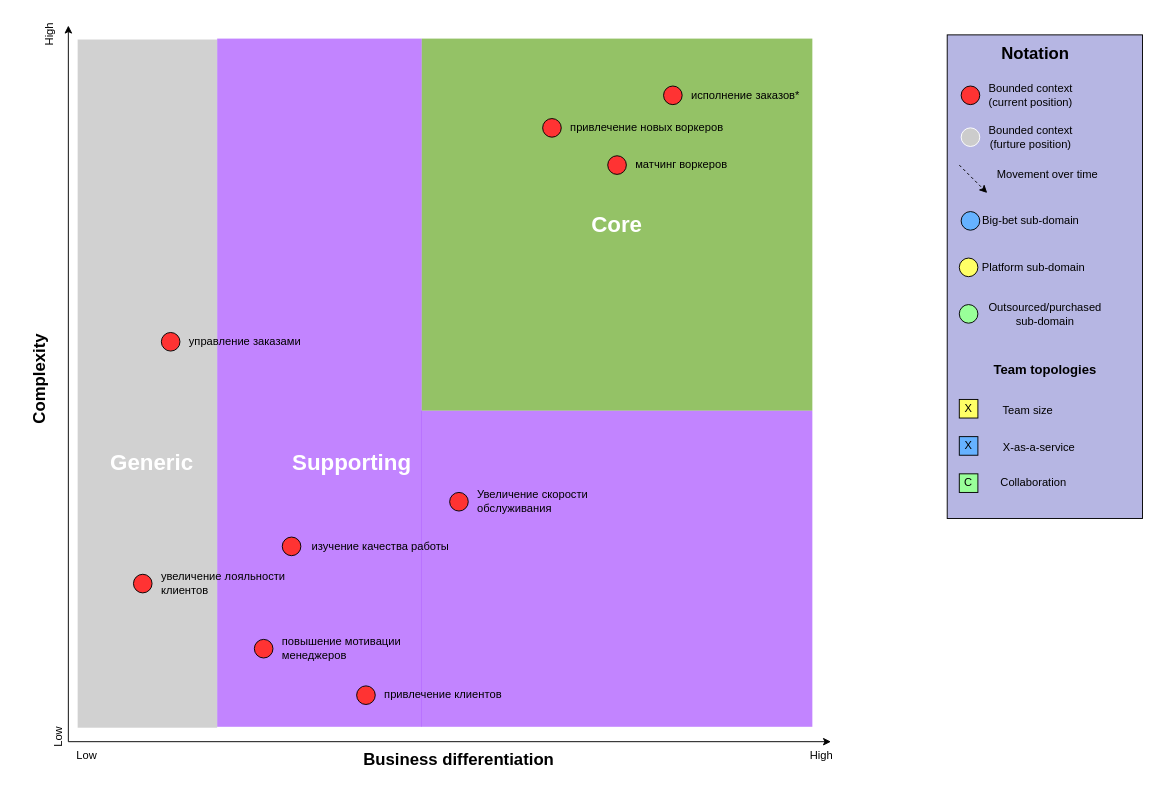
The draw.io diagram hw3/core-domain-chart/core-domain-chart.drawio in mikhaildruzhinin/tough-dev-school-system-analysis, before the edit. Source tidied: cells renumbered, new cells numbered last; positions are measured from the earlier drawing's top-left corner, leaving out a move shared by most shapes. Both pictures are drawn from the tidied source at 93%, with x=0, y=0 at pixel (21, 25).
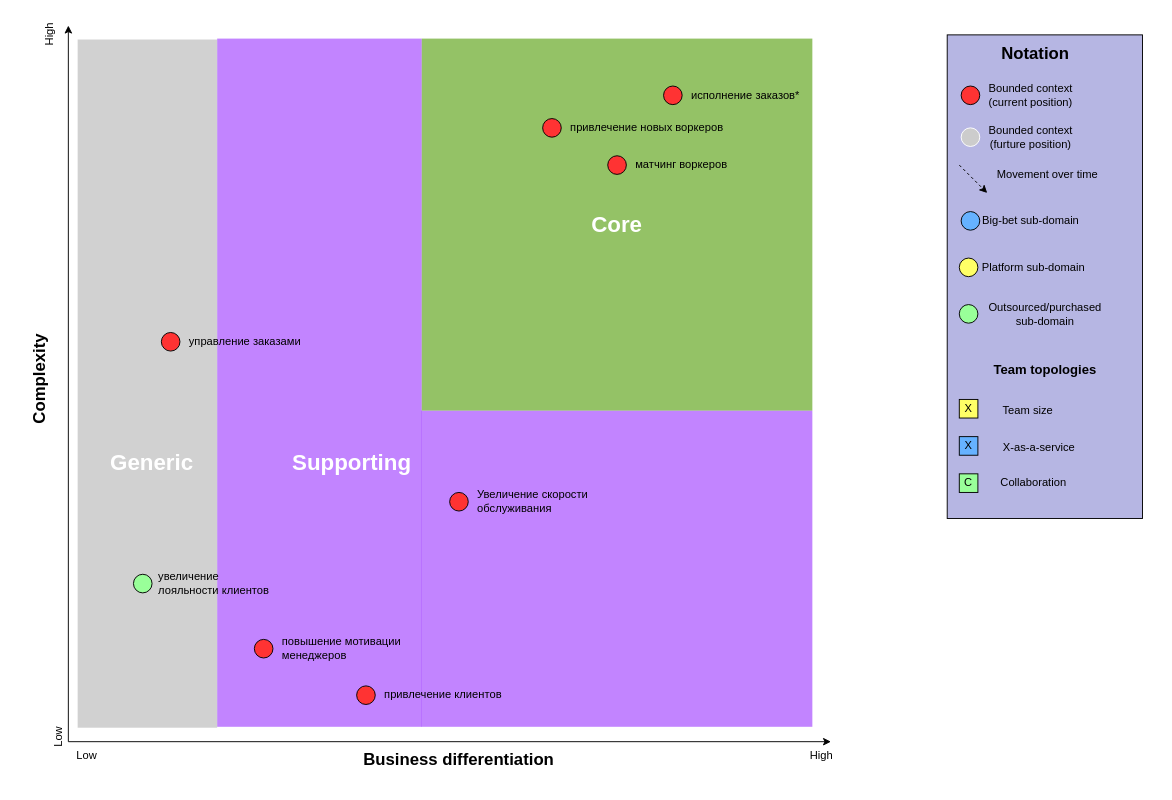
The same page after the edit.

The edit, as a diff of the source:
```diff
@@
-    <mxCell id="55" style="group;align=left;" parent="20" vertex="1">
-      <mxGeometry x="280" y="550" width="200" height="20" as="geometry" />
-    </mxCell>
-    <mxCell id="56" style="ellipse;whiteSpace=wrap;html=1;fillColor=#FF3333;" parent="55" vertex="1">
-      <mxGeometry width="20" height="20" as="geometry" />
-    </mxCell>
-    <mxCell id="57" value="изучение качества работы" style="text;html=1;strokeColor=none;fillColor=none;align=left;verticalAlign=middle;whiteSpace=wrap;rounded=0;" parent="55" vertex="1">
-      <mxGeometry x="30" width="176.5" height="20" as="geometry" />
-    </mxCell>
@@
-    <mxCell id="70" style="group;" parent="20" vertex="1">
-      <mxGeometry x="120" y="590" width="170" height="20" as="geometry" />
-    </mxCell>
-    <mxCell id="71" style="ellipse;whiteSpace=wrap;html=1;fillColor=#FF3333;" parent="70" vertex="1">
-      <mxGeometry width="20" height="20" as="geometry" />
-    </mxCell>
-    <mxCell id="72" value="увеличение лояльности клиентов" style="text;html=1;strokeColor=none;fillColor=none;align=left;verticalAlign=middle;whiteSpace=wrap;rounded=0;" parent="70" vertex="1">
-      <mxGeometry x="28" width="150" height="20" as="geometry" />
-    </mxCell>
@@
+    <mxCell id="76" style="group;" parent="20" vertex="1">
+      <mxGeometry x="120" y="590" width="160" height="20" as="geometry" />
+    </mxCell>
+    <mxCell id="77" style="group;" parent="76" vertex="1">
+      <mxGeometry width="160" height="20" as="geometry" />
+    </mxCell>
+    <mxCell id="78" style="ellipse;whiteSpace=wrap;html=1;fillColor=#99FF99;" parent="77" vertex="1">
+      <mxGeometry width="20" height="20" as="geometry" />
+    </mxCell>
+    <mxCell id="72" value="&lt;span style=&quot;&quot;&gt;увеличение лояльности клиентов&lt;/span&gt;" style="text;html=1;strokeColor=none;fillColor=none;align=left;verticalAlign=middle;whiteSpace=wrap;rounded=0;" parent="77" vertex="1">
+      <mxGeometry x="24.6" width="135.4" height="20" as="geometry" />
+    </mxCell>
```
